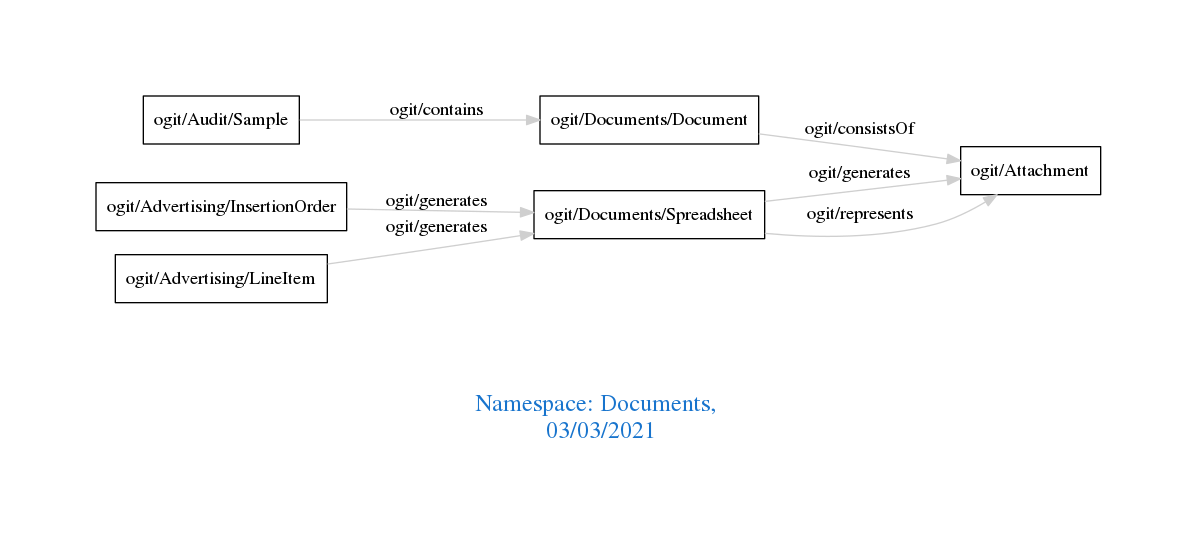
The Graphviz diagram downloads/Documents.png in arago/OGIT, before a commit. Its source is kept beside it as downloads/Documents.dot.
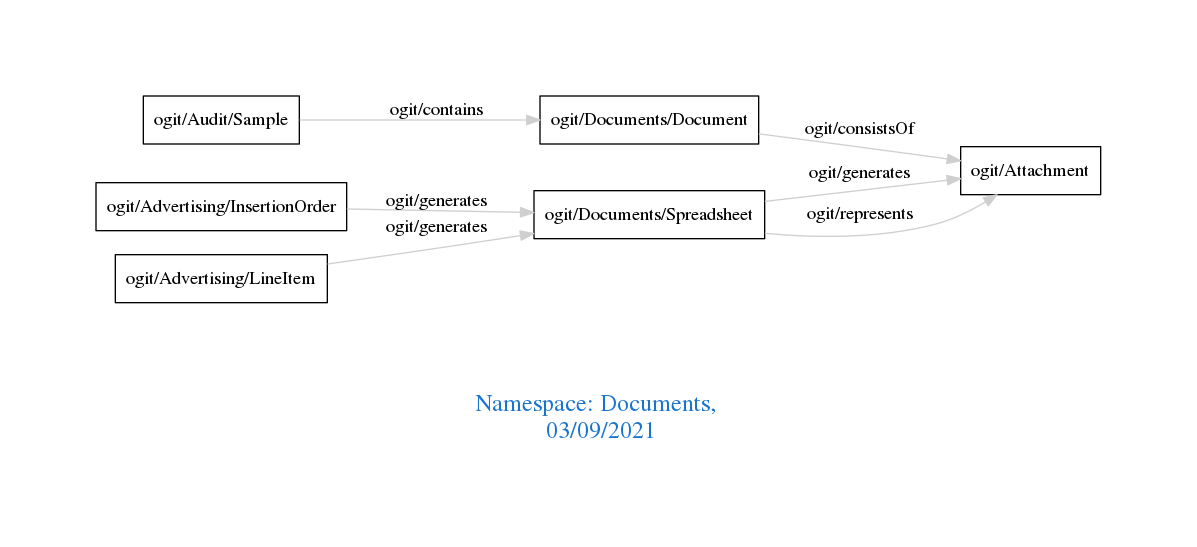
The same diagram one commit later.

The edit, as a diff of the source:
```diff
@@ -1,7 +1,7 @@
 digraph OGIT_ontology {
  graph [ rankdir= LR,pad=1
 fontsize = 18,
-fontcolor= dodgerblue3,label = "\n\n\nNamespace: Documents, \n 03/03/2021"];
+fontcolor= dodgerblue3,label = "\n\n\nNamespace: Documents, \n 03/09/2021"];
 node[shape=polygon];
 edge [  color="gray81"];
 
```
